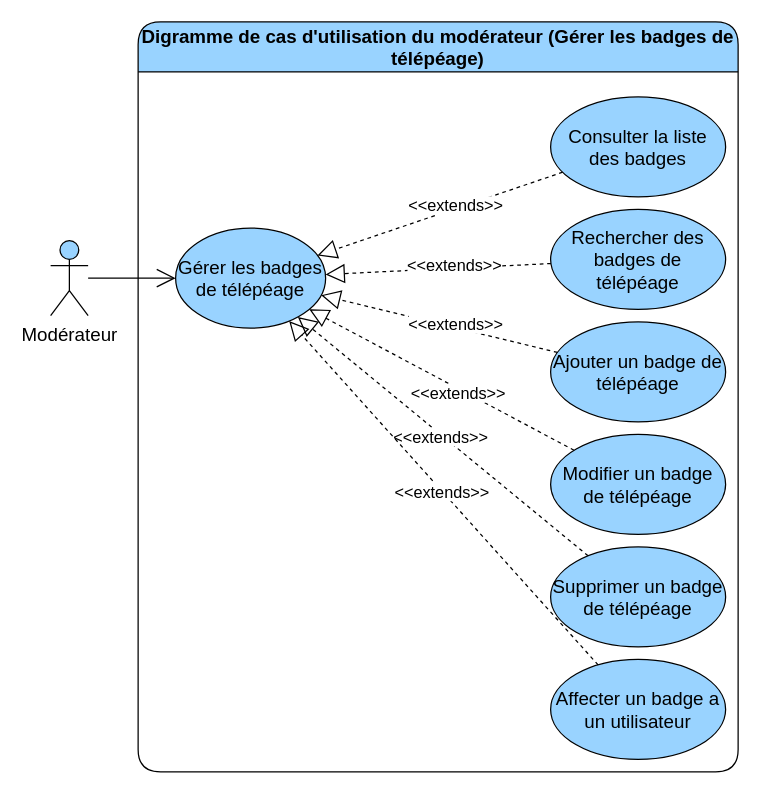
devlotfi/peage-pay keeps this draw.io diagram as page "gerer les badges de telepeage" (3 of 3) of diagrams/use-case/moderateur.drawio. Above is the earlier version. Source tidied: cells renumbered, new cells numbered last; positions are measured from the earlier drawing's top-left corner, leaving out a move shared by most shapes. Both pictures are drawn from the tidied source at 125%, with x=0, y=0 at pixel (50, 21).
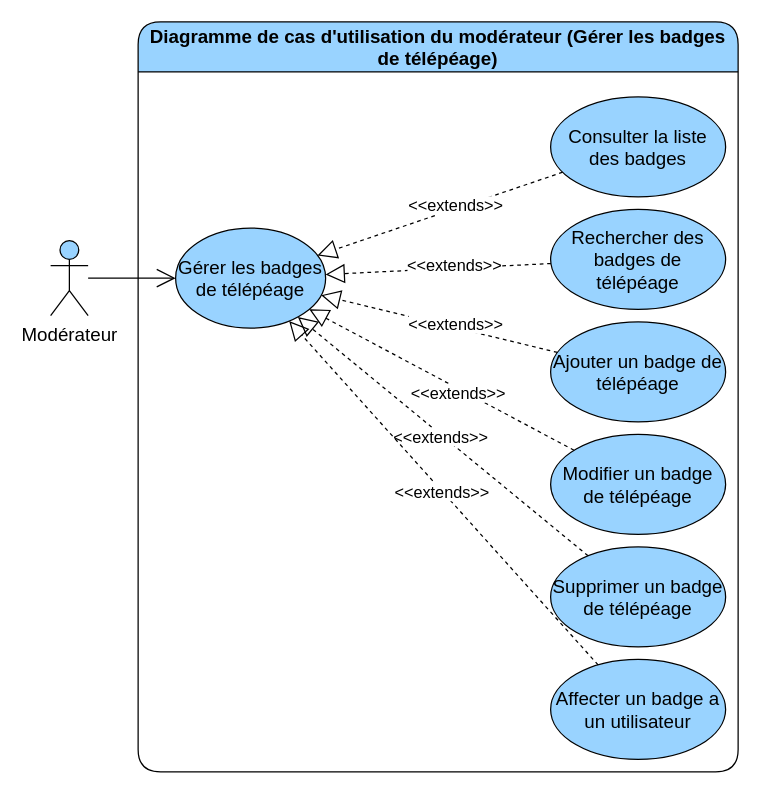
After the change.

Change to the diagram source:
```diff
@@
-    <mxCell id="2" value="Digramme de cas d'utilisation du modérateur (Gérer les badges de télépéage)" style="swimlane;whiteSpace=wrap;html=1;rounded=1;fillColor=#99D3FF;fontSize=15;startSize=40;" parent="1" vertex="1">
+    <mxCell id="2" value="Diagramme de cas d'utilisation du modérateur (Gérer les badges de télépéage)" style="swimlane;whiteSpace=wrap;html=1;rounded=1;fillColor=#99D3FF;fontSize=15;startSize=40;" parent="1" vertex="1">
       <mxGeometry x="70" width="480" height="600" as="geometry" />
     </mxCell>
```
